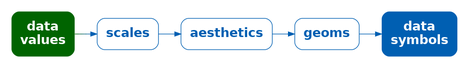
Above: Diagrams/data-scale-aes-geom-sym.png in pmur002/hdvw (Graphviz), before the change. Its source is kept beside it as Diagrams/data-scale-aes-geom-sym.dot.
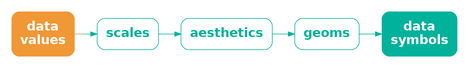
The same file after the commit.

What changed in the source:
```diff
@@ -1,14 +1,14 @@
 digraph {
   graph [ rankdir=LR; margin=.2; nodesep=.5 ];
   node [ fontsize=20; fontname="sans bold"; margin=.2 ];
-  data [ label="data\nvalues"; shape=box; style="filled, rounded"; penwidth=0; fontcolor=white; fillcolor="#006400" ]
-  scale [ label="scales"; shape=box; style=rounded; color="#005FB2"; fontcolor="#005FB2" ]
-  aes [ label="aesthetics"; shape=box; style=rounded; color="#005FB2"; fontcolor="#005FB2" ]
-  geom [ label="geoms"; shape=box; style=rounded; color="#005FB2"; fontcolor="#005FB2" ]
+  data [ label="data\nvalues"; shape=box; style="filled, rounded"; penwidth=0; fontcolor=white; fillcolor="#F09736" ]
+  scale [ label="scales"; shape=box; style=rounded; color="#00B19B"; fontcolor="#00B19B" ]
+  aes [ label="aesthetics"; shape=box; style=rounded; color="#00B19B"; fontcolor="#00B19B" ]
+  geom [ label="geoms"; shape=box; style=rounded; color="#00B19B"; fontcolor="#00B19B" ]
   sym [ label="data\nsymbols"; shape=box;
-     style="filled, rounded"; penwidth=0; fontcolor=white; fillcolor="#005FB2" ]
-  data -> scale [ color="#006400;0.1:#006314;0.1:#006328;0.1:#00623B;0.1:#00624F;0.1:#006163;0.1:#006177;0.1:#00608A;0.1:#00609E;0.1:#005FB2;0.1" ]
-  scale -> aes [ color="#005FB2" ]
-  aes -> geom [ color="#005FB2" ]
-  geom -> sym [ color="#005FB2" ]
+     style="filled, rounded"; penwidth=0; fontcolor=white; fillcolor="#00B19B" ]
+  data -> scale [ color="#F09736;0.1:#D59A41;0.1:#BB9D4C;0.1:#A0A058;0.1:#85A363;0.1:#6BA56E;0.1:#50A879;0.1:#35AB85;0.1:#1BAE90;0.1:#00B19B;0.1" ]
+  scale -> aes [ color="#00B19B" ]
+  aes -> geom [ color="#00B19B" ]
+  geom -> sym [ color="#00B19B" ]
 }
```
